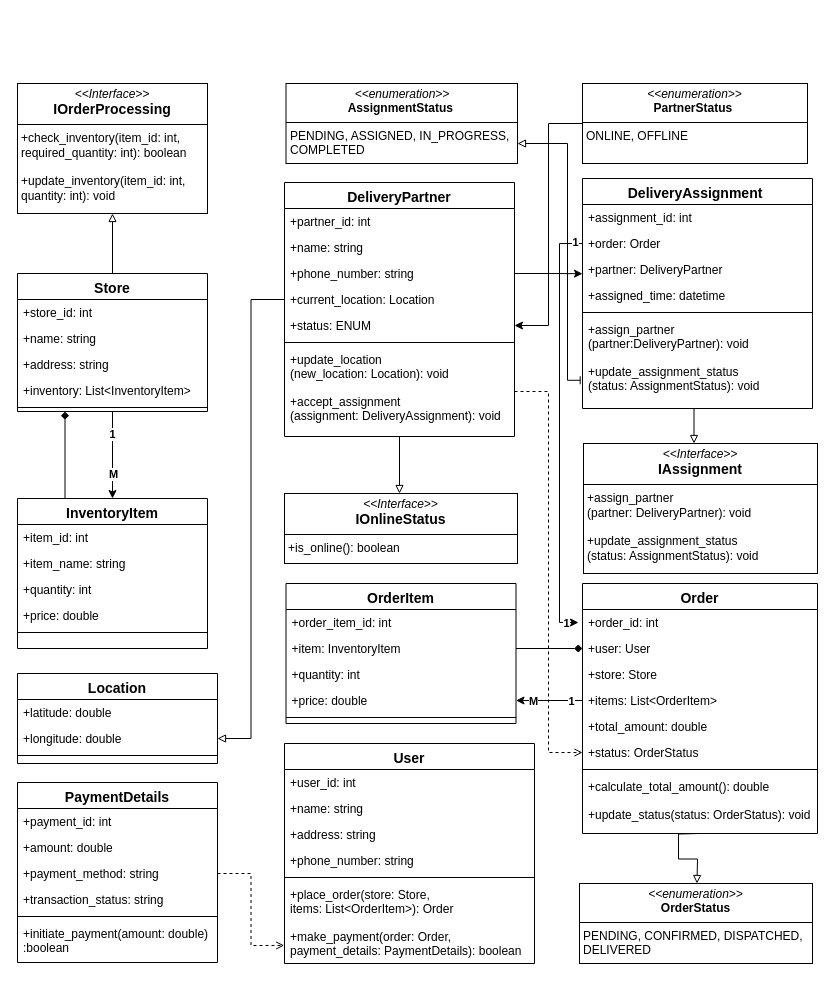
geeky-sanjay/class-diagrams keeps this draw.io diagram as Quick Commerce platform Class Diagram.drawio. Above is the earlier version. Source tidied: cells renumbered, new cells numbered last; positions are measured from the earlier drawing's top-left corner, leaving out a move shared by most shapes. Both pictures are drawn from the tidied source at 100%, with x=0, y=0 at pixel (17, 83).
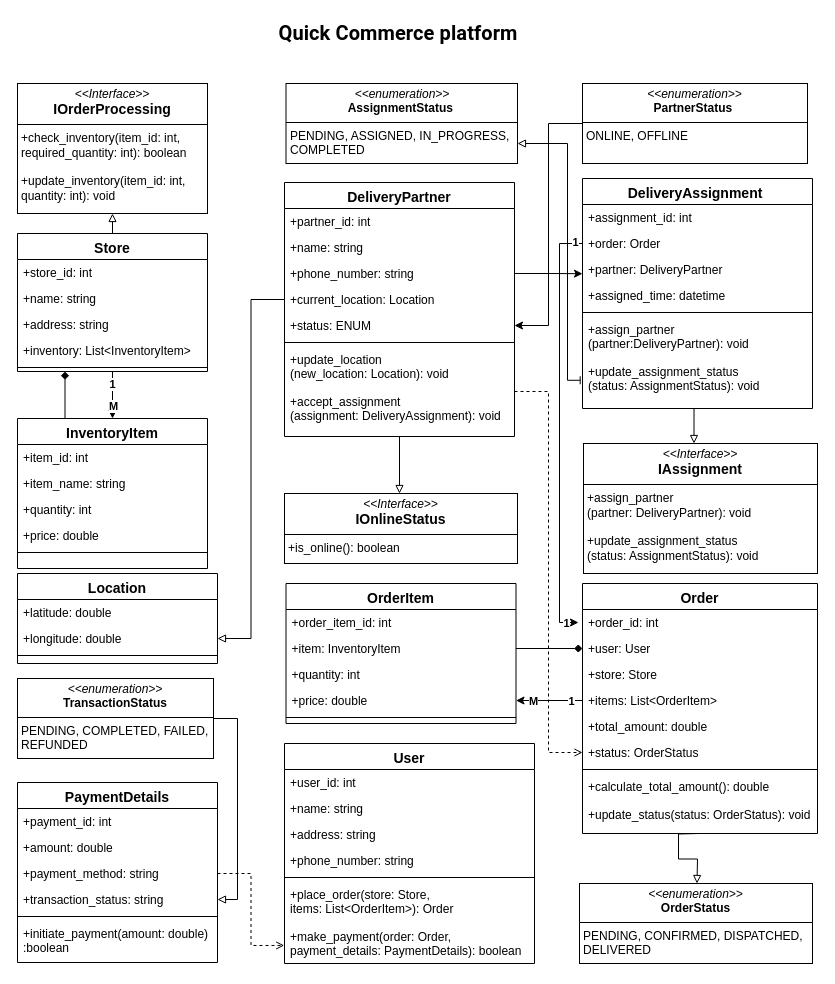
After the change.

Unchanged cells that the change refers to:
```xml
<mxCell id="70" value="+transaction_status: string" style="text;align=left;verticalAlign=top;spacingLeft=4;spacingRight=4;overflow=hidden;points=[[0,0.5],[1,0.5]];portConstraint=eastwest;rounded=0;shadow=0;html=0;" parent="66" vertex="1">
  <mxGeometry y="104" width="200" height="26" as="geometry" />
</mxCell>
```

Change to the diagram source:
```diff
@@
     <mxCell id="6" value="Store " style="swimlane;fontStyle=1;align=center;verticalAlign=top;horizontal=1;startSize=26;rounded=0;shadow=0;strokeWidth=1;fontSize=14;" parent="1" vertex="1">
-      <mxGeometry y="190" width="190" height="138" as="geometry" />
+      <mxGeometry y="150" width="190" height="138" as="geometry" />
     </mxCell>
@@
     <mxCell id="13" value="InventoryItem " style="swimlane;fontStyle=1;align=center;verticalAlign=top;horizontal=1;startSize=26;rounded=0;shadow=0;strokeWidth=1;fontSize=14;" parent="1" vertex="1">
-      <mxGeometry y="415" width="190" height="150" as="geometry" />
+      <mxGeometry y="335" width="190" height="150" as="geometry" />
     </mxCell>
@@
     <mxCell id="62" value="Location" style="swimlane;fontStyle=1;align=center;verticalAlign=top;horizontal=1;startSize=26;rounded=0;shadow=0;strokeWidth=1;fontSize=14;" parent="1" vertex="1">
-      <mxGeometry y="590" width="200" height="90" as="geometry" />
+      <mxGeometry y="490" width="200" height="90" as="geometry" />
     </mxCell>
@@
+    <mxCell id="89" style="edgeStyle=orthogonalEdgeStyle;rounded=0;jettySize=auto;html=1;entryX=1;entryY=0.5;entryDx=0;entryDy=0;endArrow=block;endFill=0;" parent="1" edge="1" source="90" target="70">
+      <mxGeometry relative="1" as="geometry">
+        <Array as="points">
+          <mxPoint x="220" y="635" />
+          <mxPoint x="220" y="816" />
+        </Array>
+      </mxGeometry>
+    </mxCell>
+    <mxCell id="90" value="&lt;p style=&quot;margin:0px;margin-top:4px;text-align:center;&quot;&gt;&lt;i&gt;&amp;lt;&amp;lt;enumeration&amp;gt;&amp;gt;&lt;/i&gt;&lt;br&gt;&lt;b&gt;TransactionStatus&lt;/b&gt;&lt;br&gt;&lt;/p&gt;&lt;hr size=&quot;1&quot; style=&quot;border-style:solid;&quot;&gt;&lt;p style=&quot;margin:0px;margin-left:4px;&quot;&gt;PENDING, COMPLETED, FAILED, REFUNDED&amp;nbsp;&lt;br&gt;&lt;/p&gt;" style="verticalAlign=top;align=left;overflow=fill;html=1;whiteSpace=wrap;" parent="1" vertex="1">
+      <mxGeometry y="595" width="196" height="80" as="geometry" />
+    </mxCell>
+    <mxCell id="91" value="&lt;span style=&quot;font-family: &amp;quot;Source Sans Pro&amp;quot;, Roboto, Arial, sans-serif; font-weight: 600; letter-spacing: 0.1px; text-align: start; background-color: rgb(255, 255, 255);&quot;&gt;&lt;font style=&quot;font-size: 20px;&quot;&gt;Quick Commerce platform&lt;/font&gt;&lt;/span&gt;" style="text;html=1;align=center;verticalAlign=middle;whiteSpace=wrap;rounded=0;fontSize=11;" parent="1" vertex="1">
+      <mxGeometry x="216" y="-66" width="330" height="30" as="geometry" />
+    </mxCell>
```
